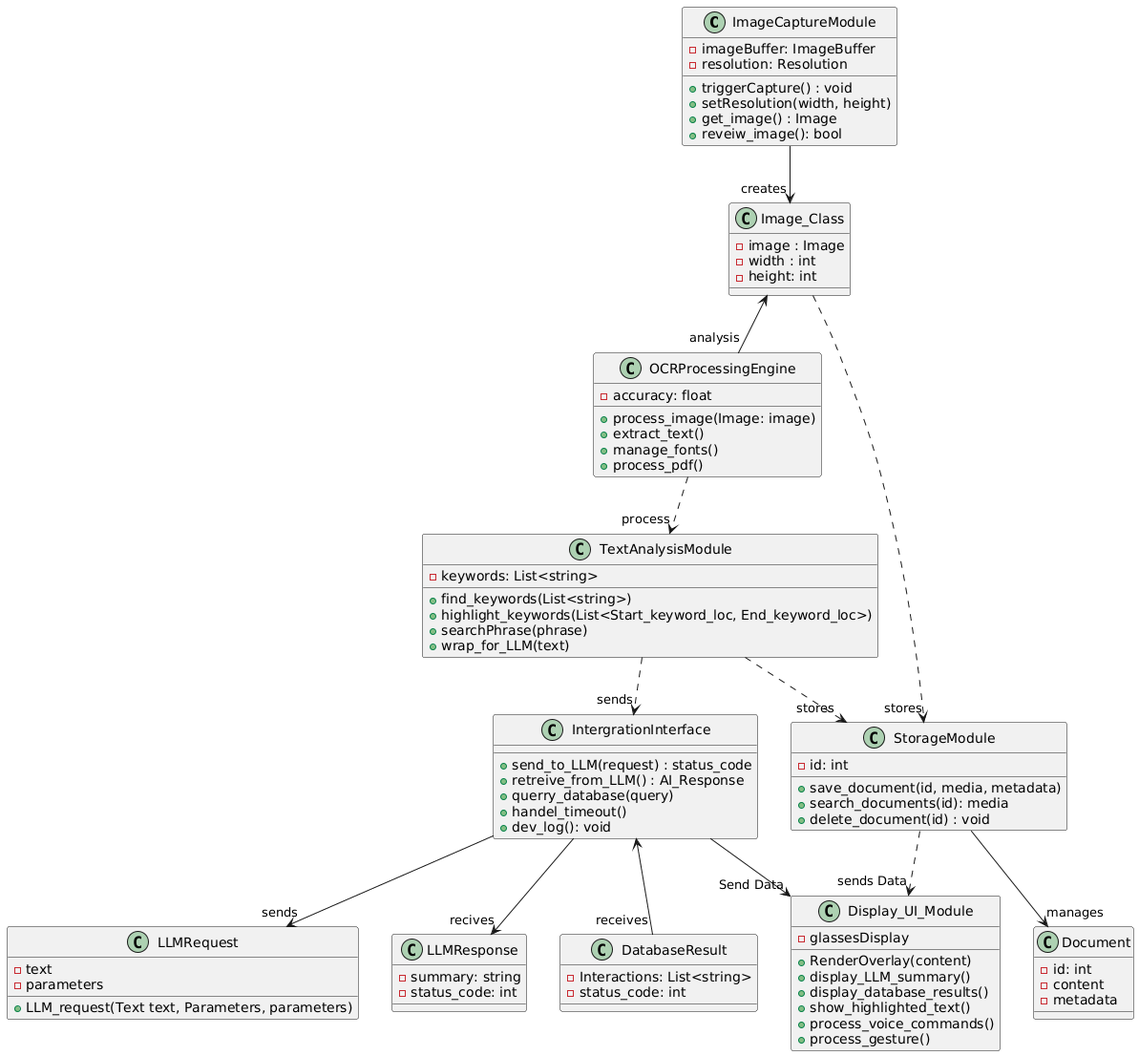
Above: models_part/class_diagram/images/class_diagram.png in KeyboardGrater/CMPSC_487W_Project (PlantUML), before the change.
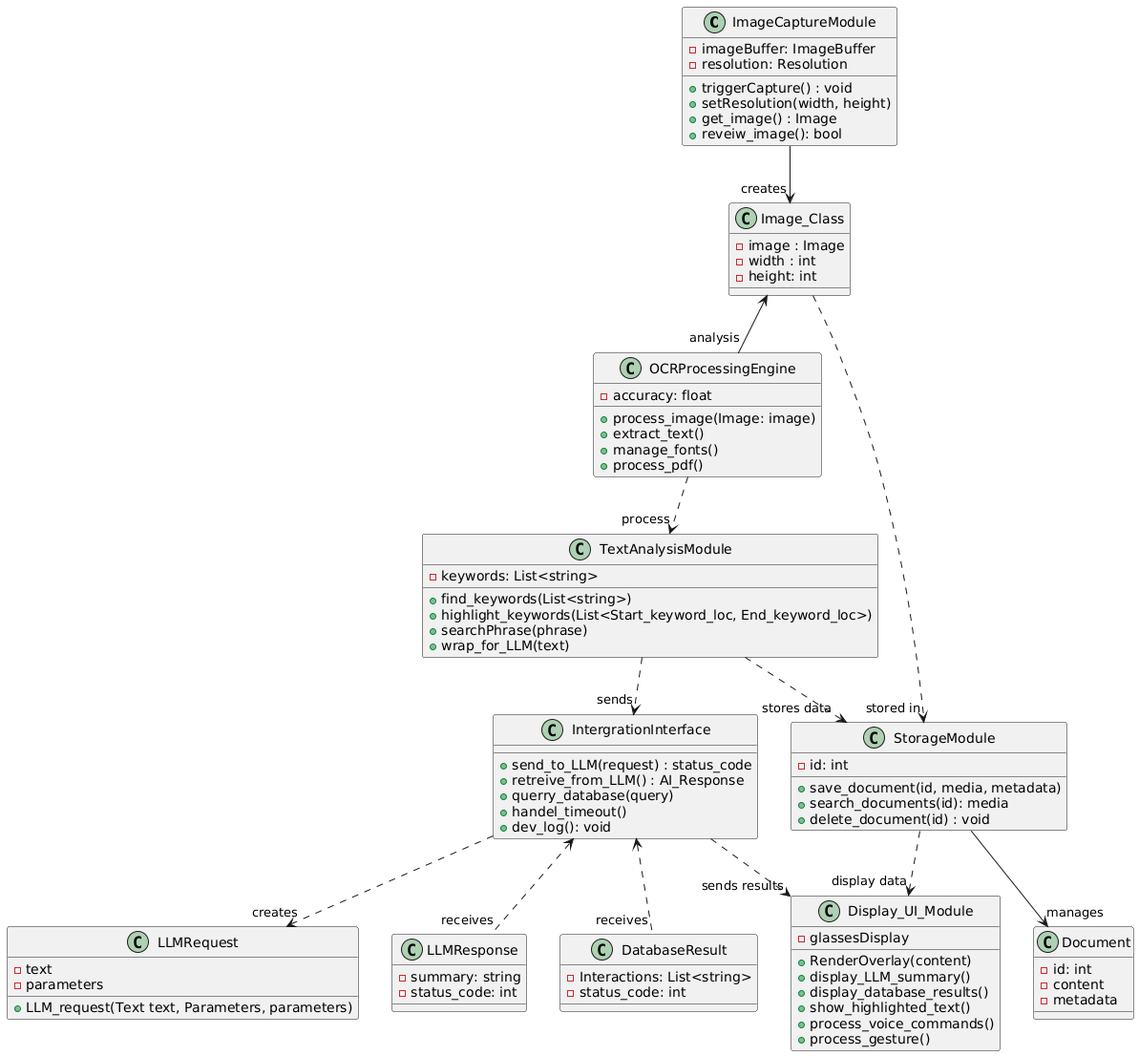
Above is the later version.

Commit message:
Moved around the realtional code. The movement of code does not affect the output.Also uploading the image that is developed from the code

Diff of the diagram source:
```diff
@@ -1,4 +1,6 @@
 @startuml
+top to bottom direction
+
 class ImageCaptureModule {
     -imageBuffer: ImageBuffer
     -resolution: Resolution
@@ -60,9 +62,9 @@
 }
 
 TextAnalysisModule..>"sends" IntergrationInterface
-IntergrationInterface-->"sends" LLMRequest
-IntergrationInterface-->"recives" LLMResponse
-IntergrationInterface<--"receives" DatabaseResult
+IntergrationInterface..>"creates" LLMRequest
+IntergrationInterface<.."receives" LLMResponse
+IntergrationInterface<.."receives" DatabaseResult
 
 class StorageModule {
     -id: int
@@ -72,8 +74,8 @@
     +delete_document(id) : void
 }
 
-Image_Class..>"stores" StorageModule
-TextAnalysisModule..>"stores" StorageModule
+Image_Class..>"stored in" StorageModule
+TextAnalysisModule..>"stores data" StorageModule
 
 class Document {
     -id: int
@@ -94,6 +96,6 @@
     +process_gesture()
 }
 
-IntergrationInterface-->"Send Data" Display_UI_Module
-StorageModule..>"sends Data" Display_UI_Module
+IntergrationInterface..>"sends results" Display_UI_Module
+StorageModule..>"display data" Display_UI_Module
 @enduml
```
